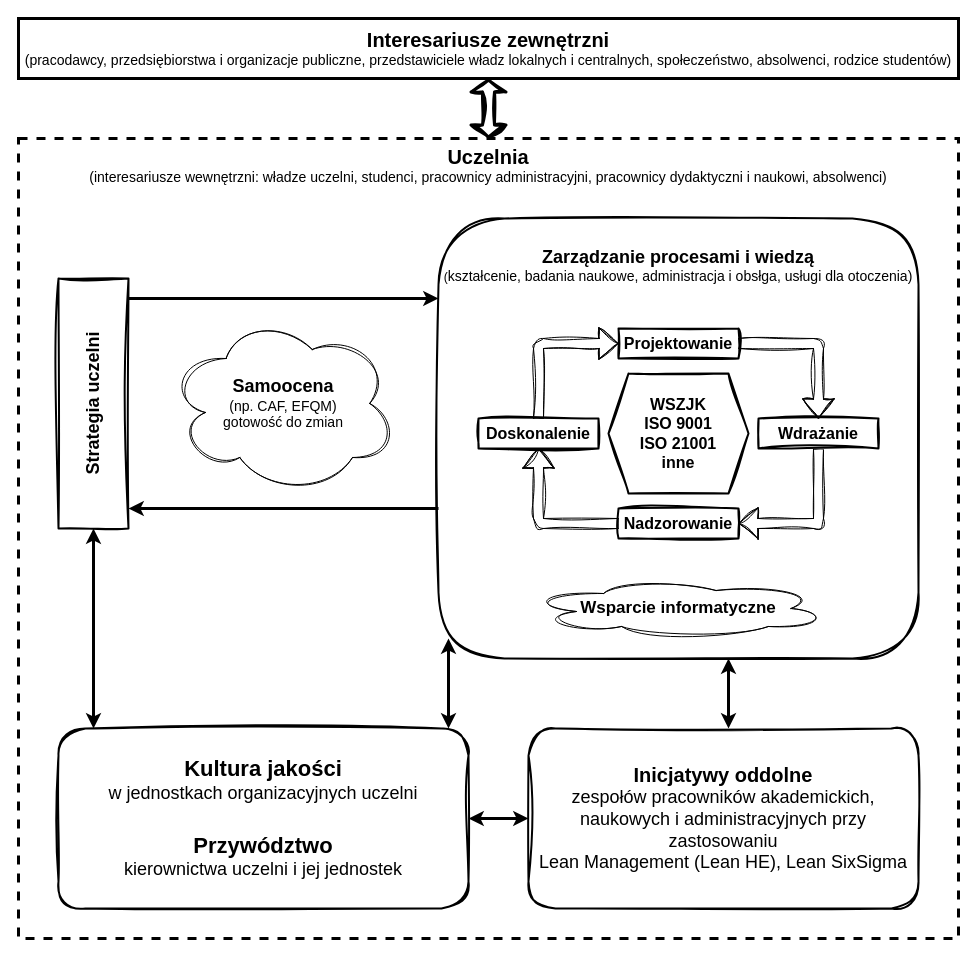
Before: pomocnicze/robocze/Diagram_QualHE.drawio in JeanPaulSzefler/doktorat_git, a draw.io diagram. Source tidied: cells renumbered, new cells numbered last; positions are measured from the earlier drawing's top-left corner, leaving out a move shared by most shapes. Both pictures are drawn from the tidied source at 100%, with x=0, y=0 at pixel (18, 18).
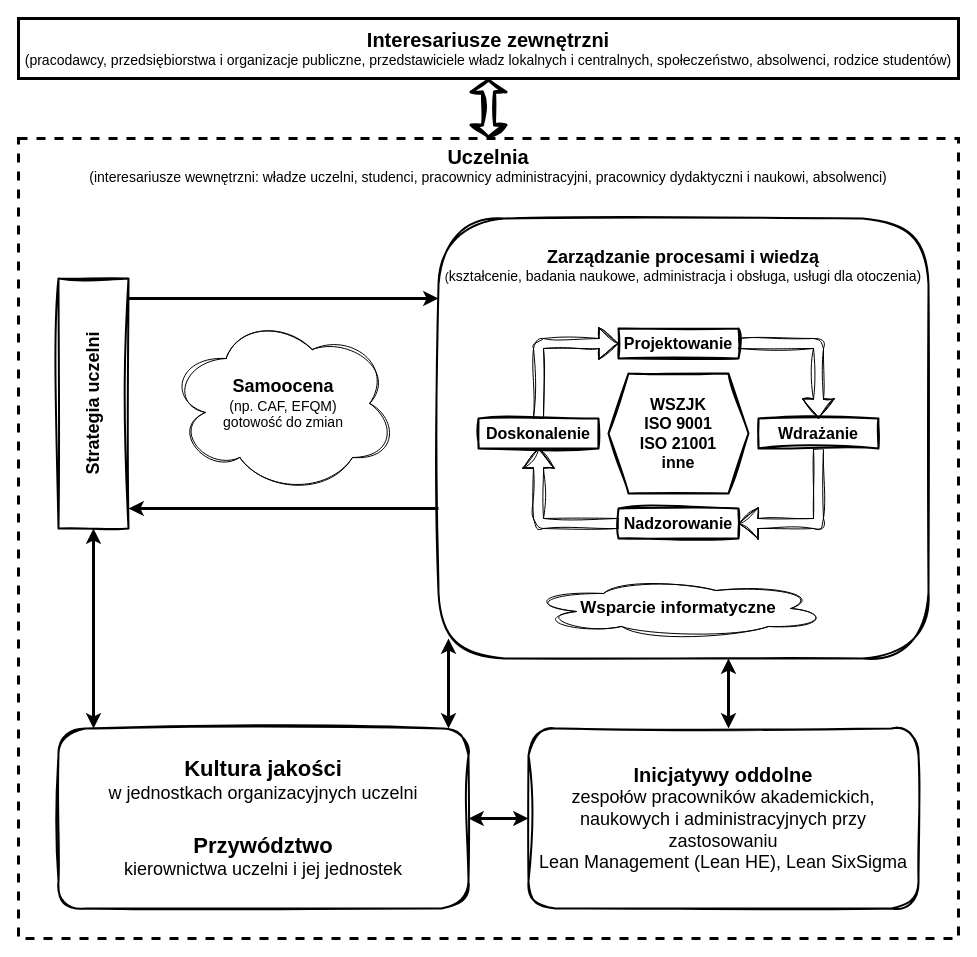
The same page after the edit.

The change refers to these unchanged cells:
```xml
<mxCell id="4" style="group;" parent="3" vertex="1">
  <mxGeometry width="940" height="800" as="geometry" />
</mxCell>
```

Diff of the diagram source:
```diff
@@
     <mxCell id="6" style="group;" parent="4" vertex="1">
-      <mxGeometry x="40" y="80" width="860" height="690" as="geometry" />
+      <mxGeometry x="40" y="80" width="870" height="690" as="geometry" />
     </mxCell>
@@
     <mxCell id="9" style="group;" parent="6" vertex="1">
-      <mxGeometry width="860" height="440" as="geometry" />
+      <mxGeometry width="870" height="440" as="geometry" />
     </mxCell>
@@
     <mxCell id="13" style="group;" parent="9" vertex="1">
-      <mxGeometry x="380" width="480" height="440" as="geometry" />
+      <mxGeometry x="380" width="490" height="440" as="geometry" />
     </mxCell>
-    <mxCell id="14" value="&lt;b&gt;&lt;font style=&quot;font-size: 18px;&quot;&gt;&lt;br&gt;Zarządzanie procesami i wiedzą&lt;/font&gt;&lt;/b&gt;&lt;br&gt;&lt;font style=&quot;&quot;&gt;(&lt;/font&gt;&lt;font style=&quot;font-size: 14px;&quot;&gt;kształcenie, badania naukowe, administracja i obsłga, usługi dla otoczenia)&lt;/font&gt;" style="rounded=1;whiteSpace=wrap;html=1;verticalAlign=top;sketch=1;curveFitting=1;jiggle=2;strokeWidth=2;" parent="13" vertex="1">
-      <mxGeometry width="480" height="440" as="geometry" />
+    <mxCell id="14" value="&lt;b&gt;&lt;font style=&quot;font-size: 18px;&quot;&gt;&lt;br&gt;Zarządzanie procesami i wiedzą&lt;/font&gt;&lt;/b&gt;&lt;br&gt;&lt;font style=&quot;&quot;&gt;(&lt;/font&gt;&lt;font style=&quot;font-size: 14px;&quot;&gt;kształcenie, badania naukowe, administracja i obsługa, usługi dla otoczenia)&lt;/font&gt;" style="rounded=1;whiteSpace=wrap;html=1;verticalAlign=top;sketch=1;curveFitting=1;jiggle=2;strokeWidth=2;" parent="13" vertex="1">
+      <mxGeometry width="490" height="440" as="geometry" />
     </mxCell>
```
